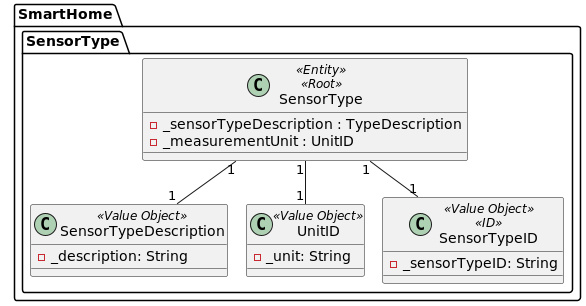
The PlantUML diagram docs/general/agreggateModels/sensorTypeAggregate.png in olivDiogo/SmartHome, before a commit.
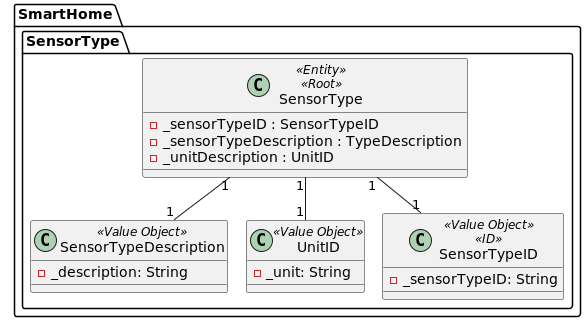
Later version of the same file.

What changed in the source:
```diff
@@ -4,8 +4,9 @@
 package SmartHome.SensorType {
 
   class SensorType<<Entity>><<Root>> {
+    - _sensorTypeID : SensorTypeID
     - _sensorTypeDescription : TypeDescription
-    - _measurementUnit : UnitID
+    - _unitDescription : UnitID
   }
 
 }
```
